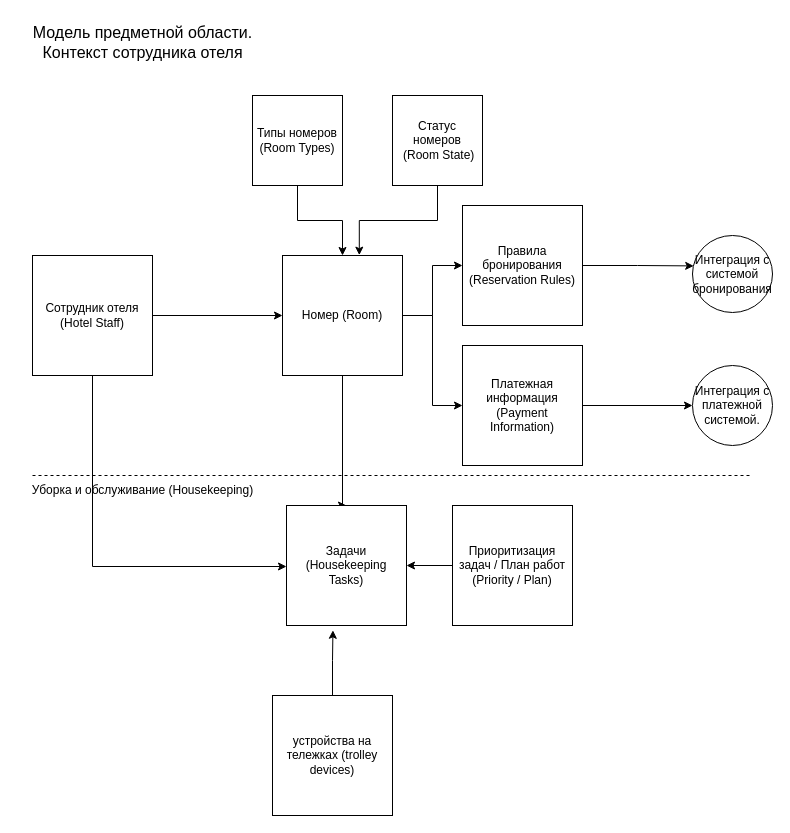
Earlier version of the draw.io diagram 11_1 Domain model Stuff.drawio (samsonovsa/OtusArhitectureHW1). Source tidied: cells renumbered, new cells numbered last; positions are measured from the earlier drawing's top-left corner, leaving out a move shared by most shapes. Both pictures are drawn from the tidied source at 100%, with x=0, y=0 at pixel (22, 17).
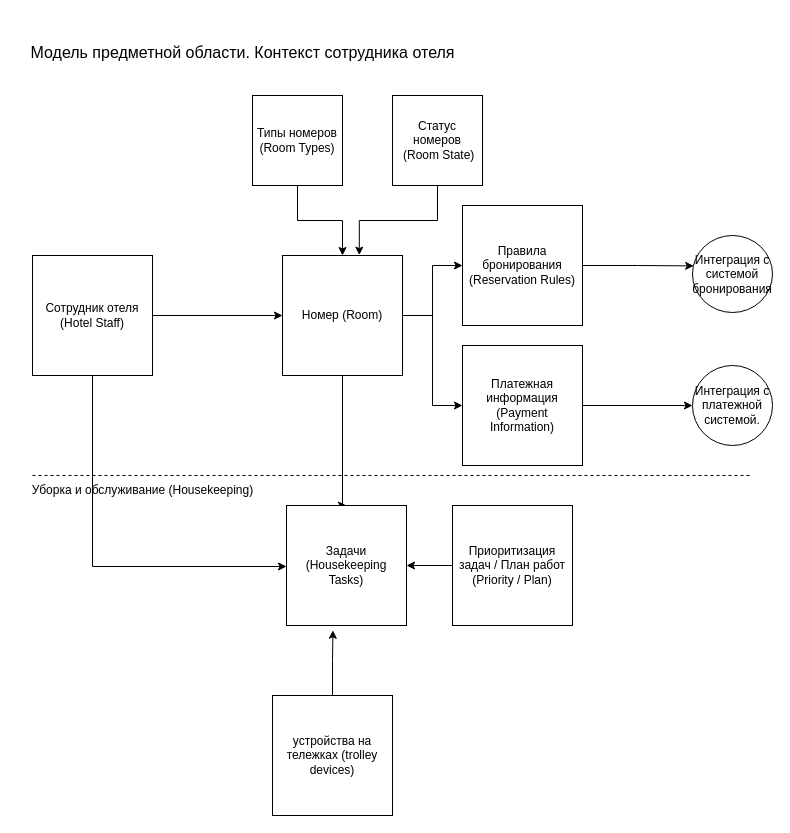
Above is the later version.

What changed in the source:
```diff
@@
-    <mxCell id="26" value="Модель предметной области. &lt;br style=&quot;font-size: 16px;&quot;&gt;Контекст сотрудника отеля" style="text;html=1;align=center;verticalAlign=middle;strokeColor=none;fillColor=none;fontSize=16;" parent="1" vertex="1">
-      <mxGeometry width="240" height="50" as="geometry" />
+    <mxCell id="26" value="Модель предметной области. Контекст сотрудника отеля" style="text;html=1;align=center;verticalAlign=middle;strokeColor=none;fillColor=none;fontSize=16;" parent="1" vertex="1">
+      <mxGeometry x="-5" y="20" width="450" height="30" as="geometry" />
     </mxCell>
```
